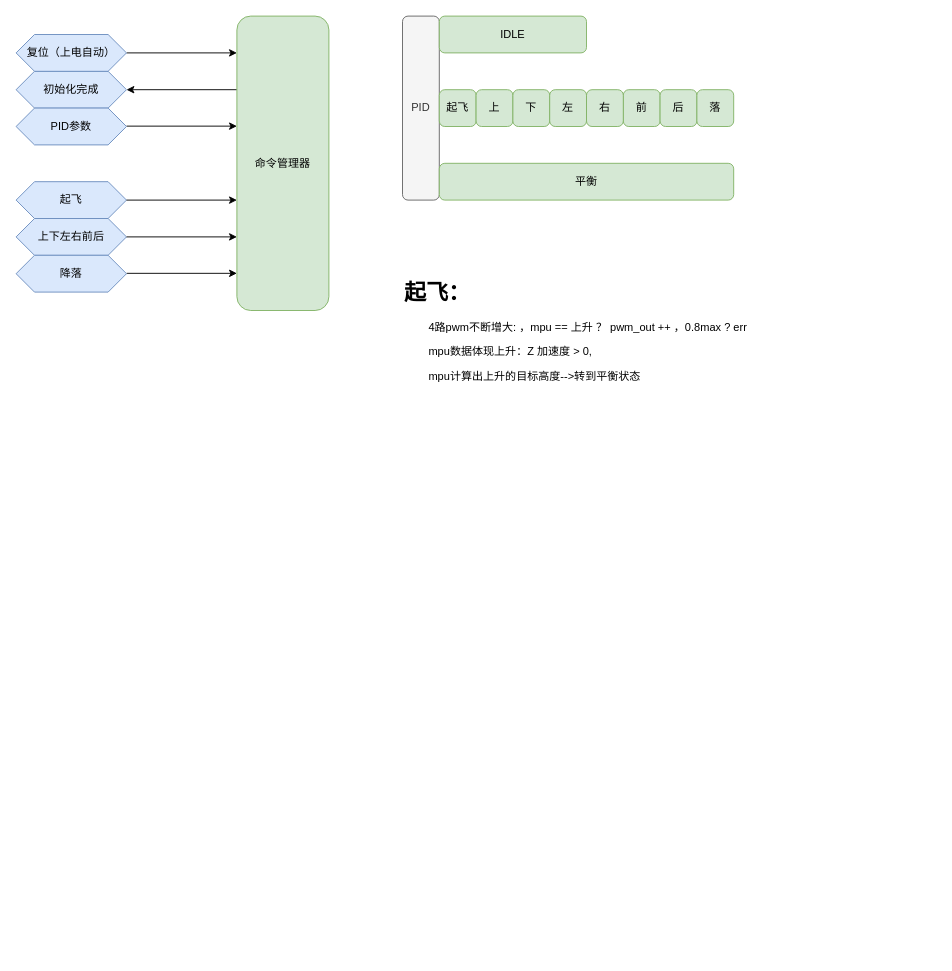
This is 设计资料/top层控制状态机设计图.drawio from MochChen/Quadcopte, a draw.io file, before an edit. Source tidied: cells renumbered, new cells numbered last; positions are measured from the earlier drawing's top-left corner, leaving out a move shared by most shapes. Both pictures are drawn from the tidied source at 92%, with x=0, y=0 at pixel (16, 16).
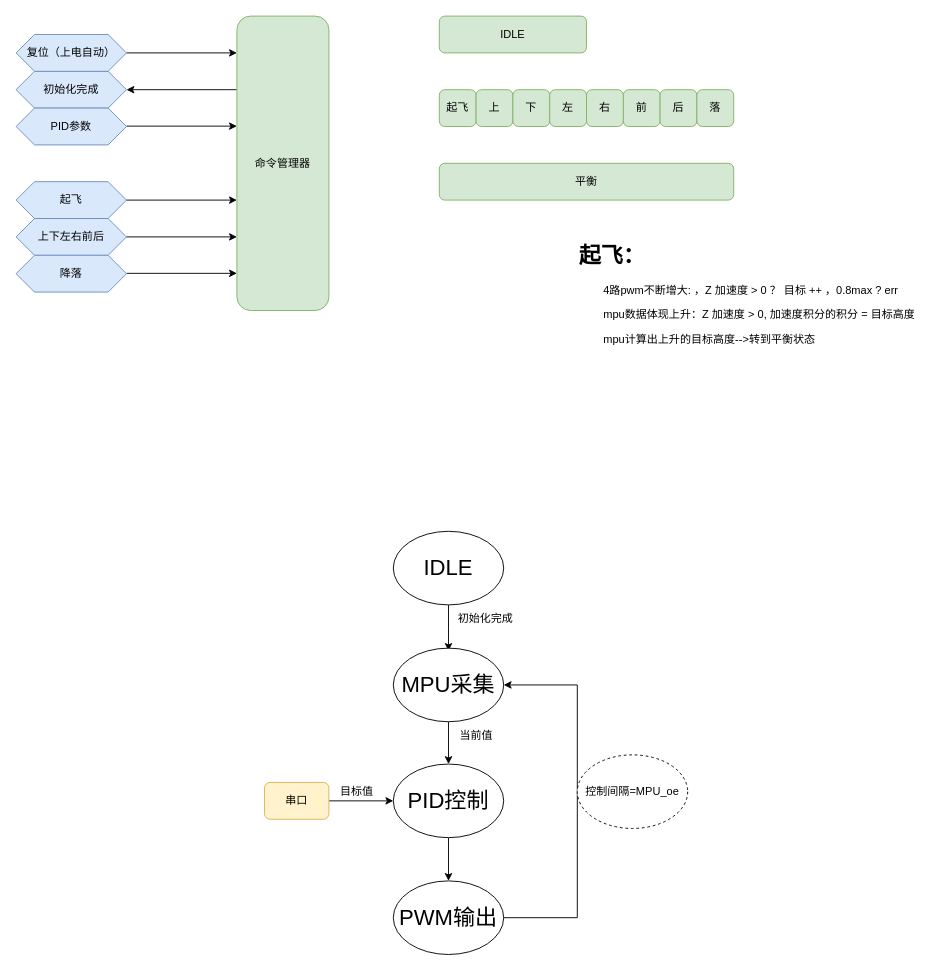
The same page after the edit.

What changed in the source:
```diff
@@
-    <mxCell id="2" value="PID" style="rounded=1;whiteSpace=wrap;html=1;fillColor=#f5f5f5;strokeColor=#666666;fontColor=#333333;" parent="1" vertex="1">
-      <mxGeometry x="420" width="40" height="200" as="geometry" />
-    </mxCell>
@@
-    <mxCell id="26" value="&lt;h1 style=&quot;margin-top: 0px;&quot;&gt;起飞：&lt;/h1&gt;&lt;p&gt;&lt;span style=&quot;white-space: pre;&quot;&gt;&#9;&lt;/span&gt;4路pwm不断增大: ，mpu == 上升 ？ pwm_out ++ ，0.8max ? err&lt;/p&gt;&lt;p&gt;&lt;span style=&quot;white-space: pre;&quot;&gt;&#9;&lt;/span&gt;mpu数据体现上升：Z 加速度 &amp;gt; 0,&lt;/p&gt;&lt;p&gt;&lt;span style=&quot;white-space: pre;&quot;&gt;&#9;&lt;/span&gt;mpu计算出上升的目标高度--&amp;gt;转到平衡状态&lt;br&gt;&lt;/p&gt;" style="text;html=1;whiteSpace=wrap;overflow=hidden;rounded=0;" parent="1" vertex="1">
-      <mxGeometry x="420" y="280" width="390" height="160" as="geometry" />
+    <mxCell id="26" value="&lt;h1 style=&quot;margin-top: 0px;&quot;&gt;起飞：&lt;/h1&gt;&lt;p&gt;&lt;span style=&quot;white-space: pre;&quot;&gt;&#9;&lt;/span&gt;4路pwm不断增大: ，Z 加速度 &amp;gt; 0&amp;nbsp;？ 目标 ++ ，0.8max ? err&lt;/p&gt;&lt;p&gt;&lt;span style=&quot;white-space: pre;&quot;&gt;&#9;&lt;/span&gt;mpu数据体现上升：Z 加速度 &amp;gt; 0, 加速度积分的积分 = 目标高度&lt;/p&gt;&lt;p&gt;&lt;span style=&quot;white-space: pre;&quot;&gt;&#9;&lt;/span&gt;mpu计算出上升的目标高度--&amp;gt;转到平衡状态&lt;br&gt;&lt;/p&gt;" style="text;html=1;whiteSpace=wrap;overflow=hidden;rounded=0;" parent="1" vertex="1">
+      <mxGeometry x="610" y="240" width="390" height="160" as="geometry" />
     </mxCell>
+    <mxCell id="27" style="edgeStyle=orthogonalEdgeStyle;rounded=0;jettySize=auto;html=1;" parent="1" edge="1" source="28">
+      <mxGeometry relative="1" as="geometry">
+        <mxPoint x="470" y="690" as="targetPoint" />
+      </mxGeometry>
+    </mxCell>
+    <mxCell id="28" value="IDLE" style="ellipse;whiteSpace=wrap;html=1;fontSize=24;" parent="1" vertex="1">
+      <mxGeometry x="410" y="560" width="120" height="80" as="geometry" />
+    </mxCell>
+    <mxCell id="29" style="edgeStyle=orthogonalEdgeStyle;rounded=0;jettySize=auto;html=1;exitX=0.5;exitY=1;exitDx=0;exitDy=0;" parent="1" edge="1" source="30" target="32">
+      <mxGeometry relative="1" as="geometry" />
+    </mxCell>
+    <mxCell id="30" value="MPU采集" style="ellipse;whiteSpace=wrap;html=1;fontSize=24;" parent="1" vertex="1">
+      <mxGeometry x="410" y="687" width="120" height="80" as="geometry" />
+    </mxCell>
+    <mxCell id="31" style="edgeStyle=orthogonalEdgeStyle;rounded=0;jettySize=auto;html=1;exitX=0.5;exitY=1;exitDx=0;exitDy=0;" parent="1" edge="1" source="32" target="34">
+      <mxGeometry relative="1" as="geometry" />
+    </mxCell>
+    <mxCell id="32" value="PID控制" style="ellipse;whiteSpace=wrap;html=1;fontSize=24;" parent="1" vertex="1">
+      <mxGeometry x="410" y="813" width="120" height="80" as="geometry" />
+    </mxCell>
+    <mxCell id="33" style="edgeStyle=elbowEdgeStyle;rounded=0;jettySize=auto;html=1;exitX=1;exitY=0.5;exitDx=0;exitDy=0;entryX=1;entryY=0.5;entryDx=0;entryDy=0;" parent="1" edge="1" source="34" target="30">
+      <mxGeometry relative="1" as="geometry">
+        <Array as="points">
+          <mxPoint x="610" y="850" />
+        </Array>
+      </mxGeometry>
+    </mxCell>
+    <mxCell id="34" value="PWM输出" style="ellipse;whiteSpace=wrap;html=1;fontSize=24;" parent="1" vertex="1">
+      <mxGeometry x="410" y="940" width="120" height="80" as="geometry" />
+    </mxCell>
+    <mxCell id="35" style="edgeStyle=orthogonalEdgeStyle;rounded=0;jettySize=auto;html=1;entryX=0;entryY=0.5;entryDx=0;entryDy=0;" parent="1" edge="1" source="36" target="32">
+      <mxGeometry relative="1" as="geometry" />
+    </mxCell>
+    <mxCell id="36" value="串口" style="rounded=1;whiteSpace=wrap;html=1;fillColor=#fff2cc;strokeColor=#d6b656;" parent="1" vertex="1">
+      <mxGeometry x="270" y="833" width="70" height="40" as="geometry" />
+    </mxCell>
+    <mxCell id="37" value="目标值" style="text;html=1;align=center;verticalAlign=middle;strokeColor=none;fillColor=none;" parent="1" vertex="1">
+      <mxGeometry x="340" y="828" width="60" height="30" as="geometry" />
+    </mxCell>
+    <mxCell id="38" value="当前值" style="text;html=1;align=center;verticalAlign=middle;strokeColor=none;fillColor=none;" parent="1" vertex="1">
+      <mxGeometry x="470" y="767" width="60" height="30" as="geometry" />
+    </mxCell>
+    <mxCell id="39" value="初始化完成" style="text;html=1;align=center;verticalAlign=middle;strokeColor=none;fillColor=none;" parent="1" vertex="1">
+      <mxGeometry x="470" y="640" width="80" height="30" as="geometry" />
+    </mxCell>
+    <mxCell id="40" value="控制间隔=MPU_oe" style="ellipse;whiteSpace=wrap;html=1;dashed=1;" parent="1" vertex="1">
+      <mxGeometry x="610" y="803" width="120" height="80" as="geometry" />
+    </mxCell>
```
